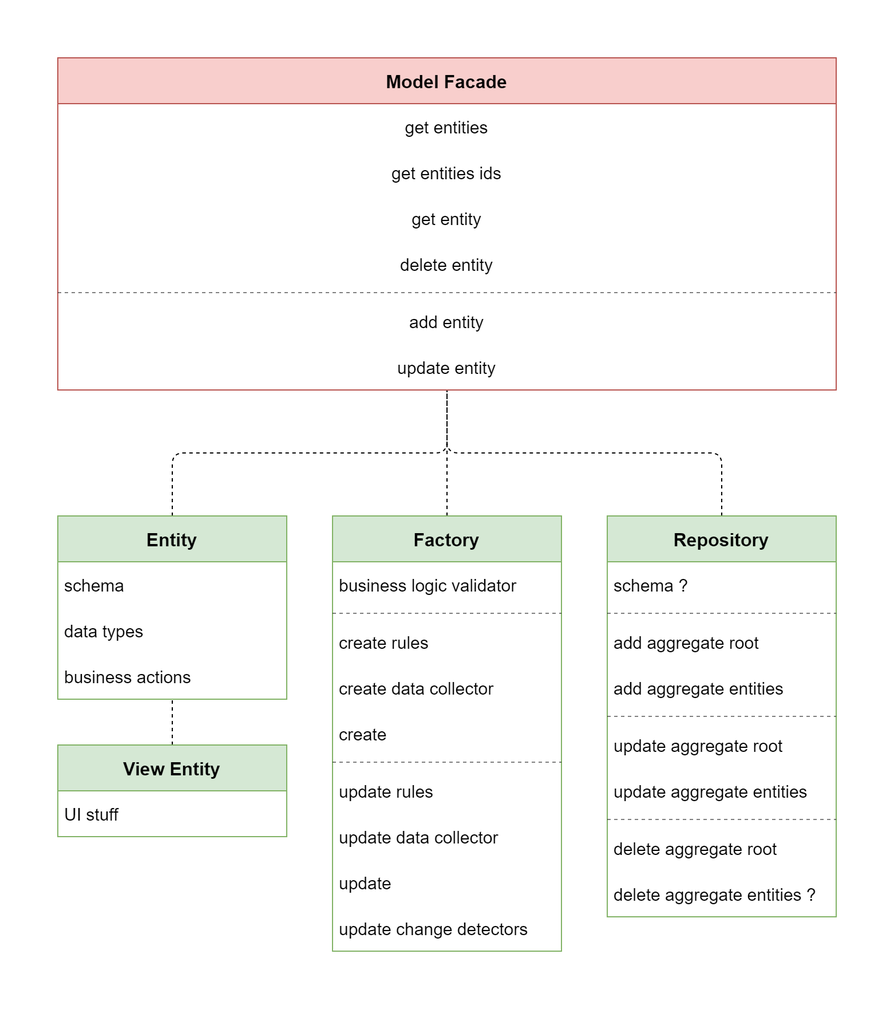
Above: DDD/model-details.drawio.png in akinuri/notebook (draw.io), before the change. Source tidied: cells renumbered, new cells last; positions are measured from the earlier drawing's top-left corner, leaving out a move shared by most shapes.
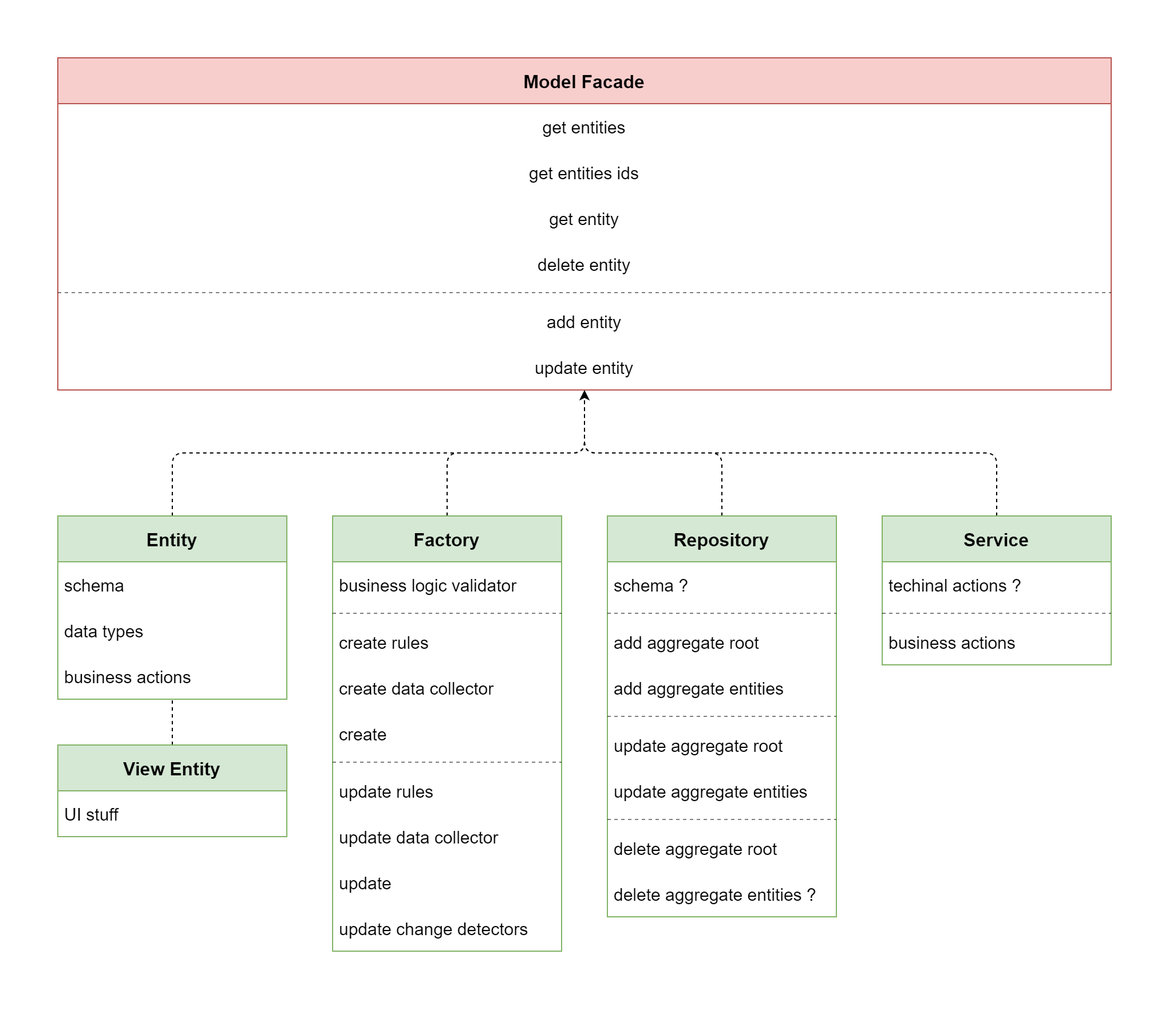
The same diagram one commit later.

What changed in the source:
```diff
@@ -90,28 +90,28 @@
       <mxGeometry y="310" width="200" height="40" as="geometry" />
     </mxCell>
     <mxCell id="31" value="Model Facade" style="swimlane;fontStyle=1;horizontal=1;startSize=40;fontSize=16;fillColor=#f8cecc;strokeColor=#b85450;" parent="1" vertex="1">
-      <mxGeometry width="680" height="290" as="geometry" />
+      <mxGeometry width="920" height="290" as="geometry" />
     </mxCell>
     <mxCell id="32" value="get entities" style="text;strokeColor=none;fillColor=none;align=center;verticalAlign=middle;spacingLeft=4;spacingRight=4;overflow=hidden;fontSize=15;" parent="31" vertex="1">
-      <mxGeometry y="40" width="680" height="40" as="geometry" />
+      <mxGeometry y="40" width="920" height="40" as="geometry" />
     </mxCell>
     <mxCell id="33" value="get entities ids" style="text;strokeColor=none;fillColor=none;align=center;verticalAlign=middle;spacingLeft=4;spacingRight=4;overflow=hidden;fontSize=15;" parent="31" vertex="1">
-      <mxGeometry y="80" width="680" height="40" as="geometry" />
+      <mxGeometry y="80" width="920" height="40" as="geometry" />
     </mxCell>
     <mxCell id="34" value="get entity" style="text;strokeColor=none;fillColor=none;align=center;verticalAlign=middle;spacingLeft=4;spacingRight=4;overflow=hidden;fontSize=15;" parent="31" vertex="1">
-      <mxGeometry y="120" width="680" height="40" as="geometry" />
+      <mxGeometry y="120" width="920" height="40" as="geometry" />
     </mxCell>
     <mxCell id="35" value="delete entity" style="text;strokeColor=none;fillColor=none;align=center;verticalAlign=middle;spacingLeft=4;spacingRight=4;overflow=hidden;fontSize=15;" parent="31" vertex="1">
-      <mxGeometry y="160" width="680" height="40" as="geometry" />
+      <mxGeometry y="160" width="920" height="40" as="geometry" />
     </mxCell>
     <mxCell id="36" style="line;strokeWidth=1;html=1;dashed=1;opacity=50;" parent="31" vertex="1">
-      <mxGeometry y="200" width="680" height="10" as="geometry" />
+      <mxGeometry y="200" width="920" height="10" as="geometry" />
     </mxCell>
     <mxCell id="37" value="add entity" style="text;strokeColor=none;fillColor=none;align=center;verticalAlign=middle;spacingLeft=4;spacingRight=4;overflow=hidden;fontSize=15;" parent="31" vertex="1">
-      <mxGeometry y="210" width="680" height="40" as="geometry" />
+      <mxGeometry y="210" width="920" height="40" as="geometry" />
     </mxCell>
     <mxCell id="38" value="update entity" style="text;strokeColor=none;fillColor=none;align=center;verticalAlign=middle;spacingLeft=4;spacingRight=4;overflow=hidden;fontSize=15;" parent="31" vertex="1">
-      <mxGeometry y="250" width="680" height="40" as="geometry" />
+      <mxGeometry y="250" width="920" height="40" as="geometry" />
     </mxCell>
     <mxCell id="39" style="edgeStyle=orthogonalEdgeStyle;rounded=1;jettySize=auto;html=1;endArrow=none;endFill=0;dashed=1;" parent="1" edge="1" source="40" target="3">
       <mxGeometry relative="1" as="geometry" />
@@ -122,5 +122,20 @@
     <mxCell id="41" value="UI stuff" style="text;strokeColor=none;fillColor=none;align=left;verticalAlign=middle;spacingLeft=4;spacingRight=4;overflow=hidden;fontSize=15;" parent="40" vertex="1">
       <mxGeometry y="40" width="200" height="40" as="geometry" />
     </mxCell>
+    <mxCell id="42" style="edgeStyle=orthogonalEdgeStyle;rounded=1;jettySize=auto;html=1;dashed=1;" parent="1" edge="1" source="43" target="31">
+      <mxGeometry relative="1" as="geometry" />
+    </mxCell>
+    <mxCell id="43" value="Service" style="swimlane;fontStyle=1;horizontal=1;startSize=40;fontSize=16;fillColor=#d5e8d4;strokeColor=#82b366;" parent="1" vertex="1">
+      <mxGeometry x="720" y="400" width="200" height="130" as="geometry" />
+    </mxCell>
+    <mxCell id="44" value="techinal actions ?" style="text;strokeColor=none;fillColor=none;align=left;verticalAlign=middle;spacingLeft=4;spacingRight=4;overflow=hidden;fontSize=15;" parent="43" vertex="1">
+      <mxGeometry y="40" width="200" height="40" as="geometry" />
+    </mxCell>
+    <mxCell id="45" style="line;strokeWidth=1;html=1;dashed=1;opacity=50;" parent="43" vertex="1">
+      <mxGeometry y="80" width="200" height="10" as="geometry" />
+    </mxCell>
+    <mxCell id="46" value="business actions" style="text;strokeColor=none;fillColor=none;align=left;verticalAlign=middle;spacingLeft=4;spacingRight=4;overflow=hidden;fontSize=15;" parent="43" vertex="1">
+      <mxGeometry y="90" width="200" height="40" as="geometry" />
+    </mxCell>
   </root>
 </mxGraphModel>
```
